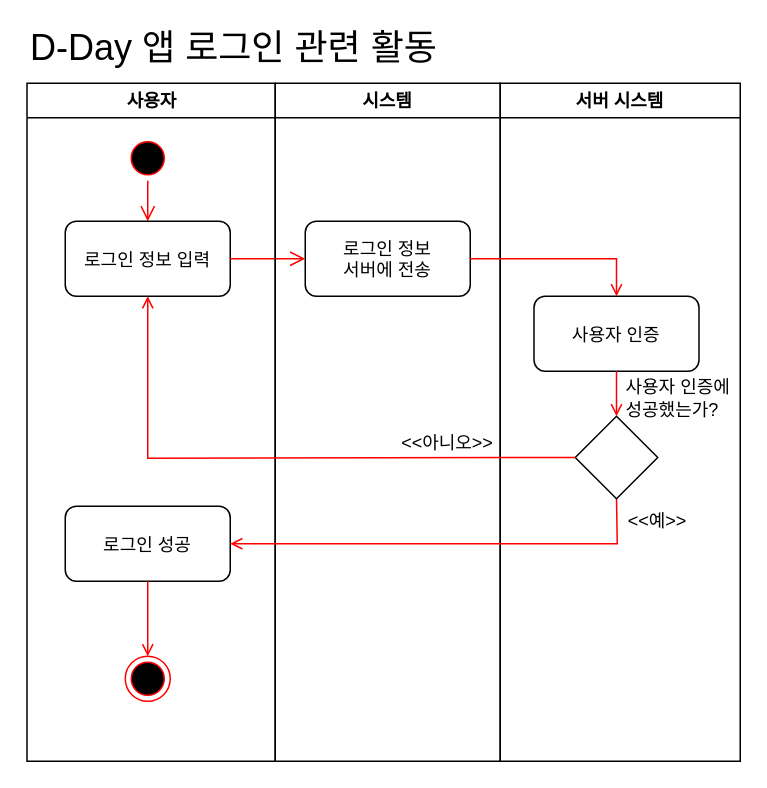
Above: activity diagram - login+sync.drawio in baechuTree/softwareEngineering (draw.io), before the change. Source tidied: cells renumbered, new cells numbered last; positions are measured from the earlier drawing's top-left corner, leaving out a move shared by most shapes. Both pictures are drawn from the tidied source at 150%, with x=0, y=0 at pixel (26, 26).
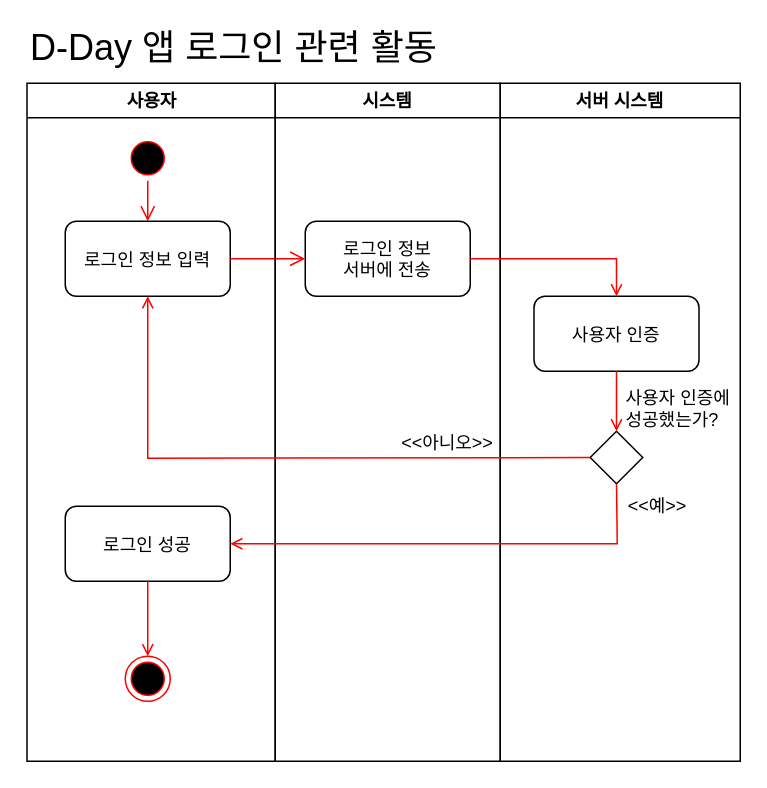
The same page after the edit.

The change refers to these unchanged cells:
```xml
<mxCell id="8" value="로그인 성공" style="rounded=1;" parent="2" vertex="1">
  <mxGeometry x="25.5" y="282" width="110" height="50" as="geometry" />
</mxCell>
<mxCell id="14" value="서버 시스템" style="swimlane;whiteSpace=wrap;startSize=23;" parent="1" vertex="1">
  <mxGeometry x="316" y="38" width="160" height="452" as="geometry" />
</mxCell>
```

Change to the diagram source:
```diff
@@
     <mxCell id="15" value="&amp;lt;&amp;lt;예&amp;gt;&amp;gt;" style="text;html=1;align=center;verticalAlign=middle;whiteSpace=wrap;rounded=0;" parent="14" vertex="1">
-      <mxGeometry x="60" y="277" width="90" height="30" as="geometry" />
+      <mxGeometry x="60" y="267" width="90" height="30" as="geometry" />
     </mxCell>
-    <mxCell id="16" style="endArrow=open;strokeColor=#FF0000;endFill=1;rounded=0;entryX=1;entryY=0.5;entryDx=0;entryDy=0;exitX=0.5;exitY=1;exitDx=0;exitDy=0;" parent="14" edge="1" target="8">
-      <mxGeometry relative="1" as="geometry">
-        <mxPoint x="77.5" y="277" as="sourcePoint" />
-        <Array as="points">
-          <mxPoint x="78" y="307" />
-        </Array>
-      </mxGeometry>
-    </mxCell>
     <mxCell id="17" style="rhombus;whiteSpace=wrap;html=1;" parent="14" vertex="1">
-      <mxGeometry x="50" y="222" width="55" height="55" as="geometry" />
+      <mxGeometry x="60" y="232" width="35" height="35" as="geometry" />
     </mxCell>
     <mxCell id="18" value="사용자 인증에 성공했는가?" style="text;html=1;align=left;verticalAlign=middle;whiteSpace=wrap;rounded=0;" parent="14" vertex="1">
-      <mxGeometry x="82" y="195" width="78" height="30" as="geometry" />
+      <mxGeometry x="82" y="202" width="78" height="30" as="geometry" />
     </mxCell>
@@
+    <mxCell id="16" style="endArrow=open;strokeColor=#FF0000;endFill=1;rounded=0;entryX=1;entryY=0.5;entryDx=0;entryDy=0;exitX=0.5;exitY=1;exitDx=0;exitDy=0;" parent="1" edge="1" source="17" target="8">
+      <mxGeometry relative="1" as="geometry">
+        <Array as="points">
+          <mxPoint x="394" y="345" />
+        </Array>
+      </mxGeometry>
+    </mxCell>
```
